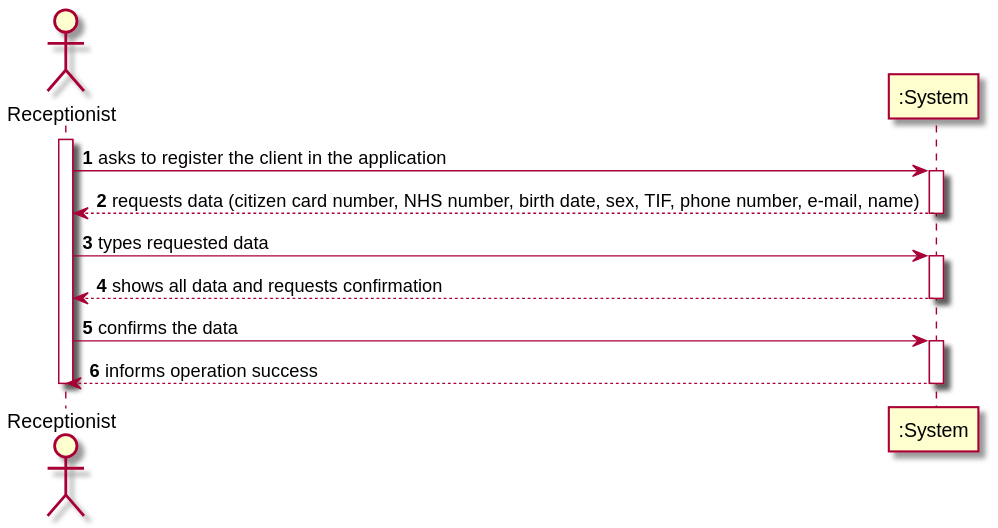
Above: docs/SprintB/US03/US3_SSD.svg in manu-07-ela/LAPR2_ISEP (PlantUML), before the change.
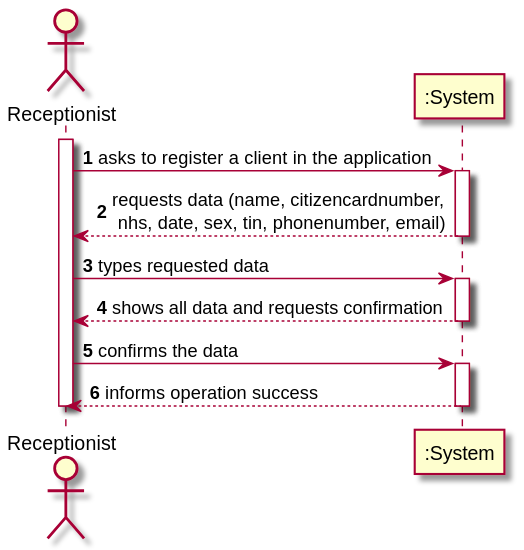
Above is the later version.

What changed in the source:
```diff
@@ -1,23 +1,23 @@
 @startuml
 autonumber
-actor "Receptionist" as OE
+actor "Receptionist" as REP
 
-activate OE
-OE -> ":System" : asks to register the client in the application
+activate REP
+REP -> ":System" : asks to register a client in the application
 activate ":System"
-":System" --> OE : requests data (citizen card number, NHS number, birth date, sex, TIF, phone number, e-mail, name)
+":System" --> REP : requests data (name, citizencardnumber,\n nhs, date, sex, tin, phonenumber, email)
 deactivate ":System"
 
-OE -> ":System" : types requested data
+REP -> ":System" : types requested data
 activate ":System"
-":System" --> OE : shows all data and requests confirmation
+":System" --> REP : shows all data and requests confirmation
 deactivate ":System"
 
-OE -> ":System" : confirms the data
+REP -> ":System" : confirms the data
 activate ":System"
-":System" --> OE : informs operation success
+":System" --> REP : informs operation success
 deactivate ":System"
 
-deactivate OE
+deactivate REP
 
 @enduml
```
